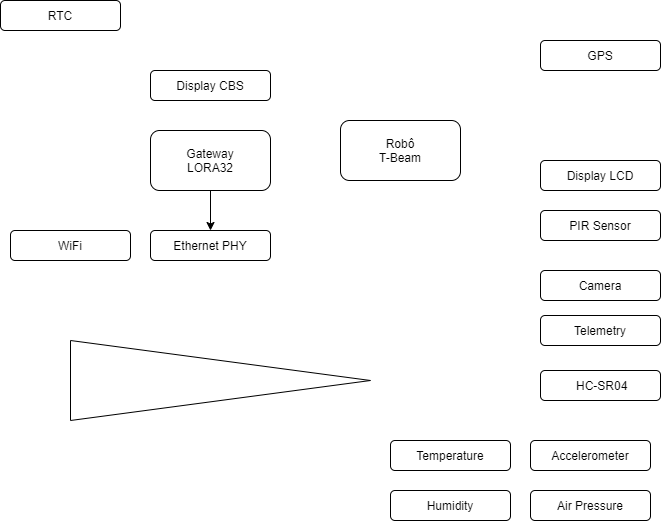
Before: diagrama.png, a diagram exported from draw.io (lllLDBlll/micro-ROS-TTGO). Source tidied: cells renumbered, new cells last; positions are measured from the earlier drawing's top-left corner, leaving out a move shared by most shapes. Source of this version:
```xml
<mxGraphModel>
  <root>
    <mxCell id="0" />
    <mxCell id="1" parent="0" />
    <mxCell id="2" value="Robô&lt;br&gt;T-Beam" style="rounded=1;whiteSpace=wrap;html=1;" parent="1" vertex="1">
      <mxGeometry x="340" y="120" width="120" height="60" as="geometry" />
    </mxCell>
    <mxCell id="3" value="GPS" style="rounded=1;whiteSpace=wrap;html=1;" parent="1" vertex="1">
      <mxGeometry x="540" y="40" width="120" height="30" as="geometry" />
    </mxCell>
    <mxCell id="4" value="Temperature" style="rounded=1;whiteSpace=wrap;html=1;" parent="1" vertex="1">
      <mxGeometry x="390" y="440" width="120" height="30" as="geometry" />
    </mxCell>
    <mxCell id="5" value="Ethernet PHY" style="rounded=1;whiteSpace=wrap;html=1;" parent="1" vertex="1">
      <mxGeometry x="150" y="230" width="120" height="30" as="geometry" />
    </mxCell>
    <mxCell id="6" style="edgeStyle=orthogonalEdgeStyle;rounded=0;jettySize=auto;html=1;exitX=0.5;exitY=1;exitDx=0;exitDy=0;entryX=0.5;entryY=0;entryDx=0;entryDy=0;" parent="1" edge="1" source="7" target="5">
      <mxGeometry relative="1" as="geometry" />
    </mxCell>
    <mxCell id="7" value="Gateway&lt;br&gt;LORA32" style="rounded=1;whiteSpace=wrap;html=1;" parent="1" vertex="1">
      <mxGeometry x="150" y="130" width="120" height="60" as="geometry" />
    </mxCell>
    <mxCell id="8" value="Display LCD" style="rounded=1;whiteSpace=wrap;html=1;" parent="1" vertex="1">
      <mxGeometry x="540" y="160" width="120" height="30" as="geometry" />
    </mxCell>
    <mxCell id="9" value="PIR Sensor" style="rounded=1;whiteSpace=wrap;html=1;" parent="1" vertex="1">
      <mxGeometry x="540" y="210" width="120" height="30" as="geometry" />
    </mxCell>
    <mxCell id="10" value="RTC" style="rounded=1;whiteSpace=wrap;html=1;" parent="1" vertex="1">
      <mxGeometry width="120" height="30" as="geometry" />
    </mxCell>
    <mxCell id="11" value="Camera" style="rounded=1;whiteSpace=wrap;html=1;" parent="1" vertex="1">
      <mxGeometry x="540" y="270" width="120" height="30" as="geometry" />
    </mxCell>
    <mxCell id="12" value="Telemetry" style="rounded=1;whiteSpace=wrap;html=1;" parent="1" vertex="1">
      <mxGeometry x="540" y="315" width="120" height="30" as="geometry" />
    </mxCell>
    <mxCell id="13" value="Accelerometer" style="rounded=1;whiteSpace=wrap;html=1;" parent="1" vertex="1">
      <mxGeometry x="530" y="440" width="120" height="30" as="geometry" />
    </mxCell>
    <mxCell id="14" value="&lt;span style=&quot;text-align: left ; background-color: rgb(255 , 255 , 255)&quot;&gt;&lt;font style=&quot;font-size: 12px&quot;&gt;&amp;nbsp;HC-SR04&lt;/font&gt;&lt;/span&gt;" style="rounded=1;whiteSpace=wrap;html=1;" parent="1" vertex="1">
      <mxGeometry x="540" y="370" width="120" height="30" as="geometry" />
    </mxCell>
    <mxCell id="15" value="Air Pressure" style="rounded=1;whiteSpace=wrap;html=1;" parent="1" vertex="1">
      <mxGeometry x="530" y="490" width="120" height="30" as="geometry" />
    </mxCell>
    <mxCell id="16" value="Display CBS" style="rounded=1;whiteSpace=wrap;html=1;" parent="1" vertex="1">
      <mxGeometry x="150" y="70" width="120" height="30" as="geometry" />
    </mxCell>
    <mxCell id="17" value="Humidity" style="rounded=1;whiteSpace=wrap;html=1;" parent="1" vertex="1">
      <mxGeometry x="390" y="490" width="120" height="30" as="geometry" />
    </mxCell>
    <mxCell id="18" value="WiFi" style="rounded=1;whiteSpace=wrap;html=1;" parent="1" vertex="1">
      <mxGeometry x="10" y="230" width="120" height="30" as="geometry" />
    </mxCell>
    <mxCell id="19" style="triangle;whiteSpace=wrap;html=1;" parent="1" vertex="1">
      <mxGeometry x="70" y="340" width="300" height="80" as="geometry" />
    </mxCell>
  </root>
</mxGraphModel>
```
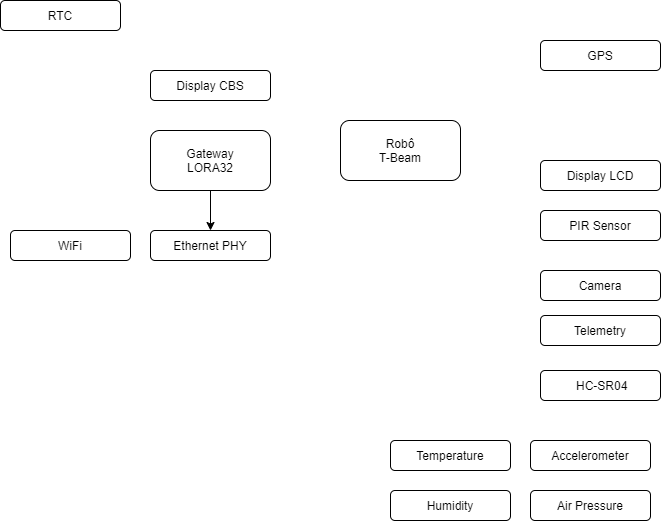
Above is the later version.

Diff of the diagram source:
```diff
@@ -53,8 +53,5 @@
     <mxCell id="18" value="WiFi" style="rounded=1;whiteSpace=wrap;html=1;" parent="1" vertex="1">
       <mxGeometry x="10" y="230" width="120" height="30" as="geometry" />
     </mxCell>
-    <mxCell id="19" style="triangle;whiteSpace=wrap;html=1;" parent="1" vertex="1">
-      <mxGeometry x="70" y="340" width="300" height="80" as="geometry" />
-    </mxCell>
   </root>
 </mxGraphModel>
```
